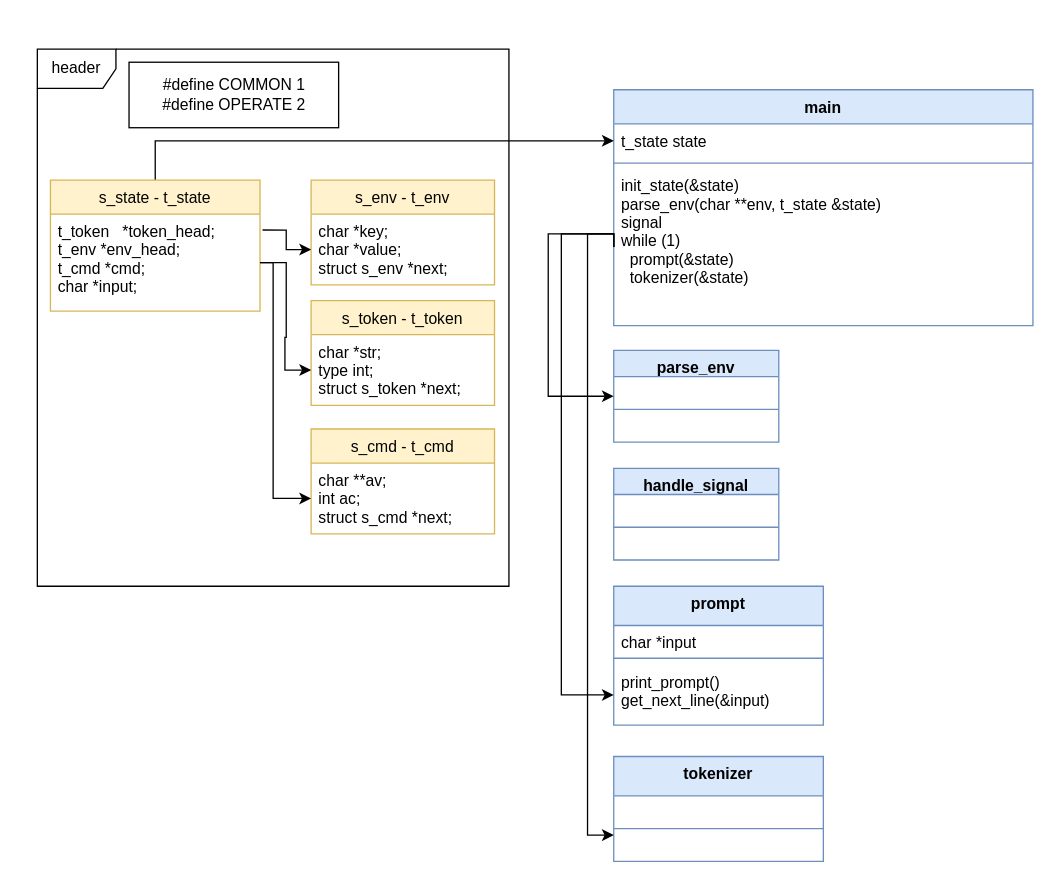
The draw.io diagram UML/minishellUML.drawio in lina0322/42seoul_minishell, before the edit. Source tidied: cells renumbered, new cells numbered last; positions are measured from the earlier drawing's top-left corner, leaving out a move shared by most shapes. Both pictures are drawn from the tidied source at 131%, with x=0, y=0 at pixel (37, 48).
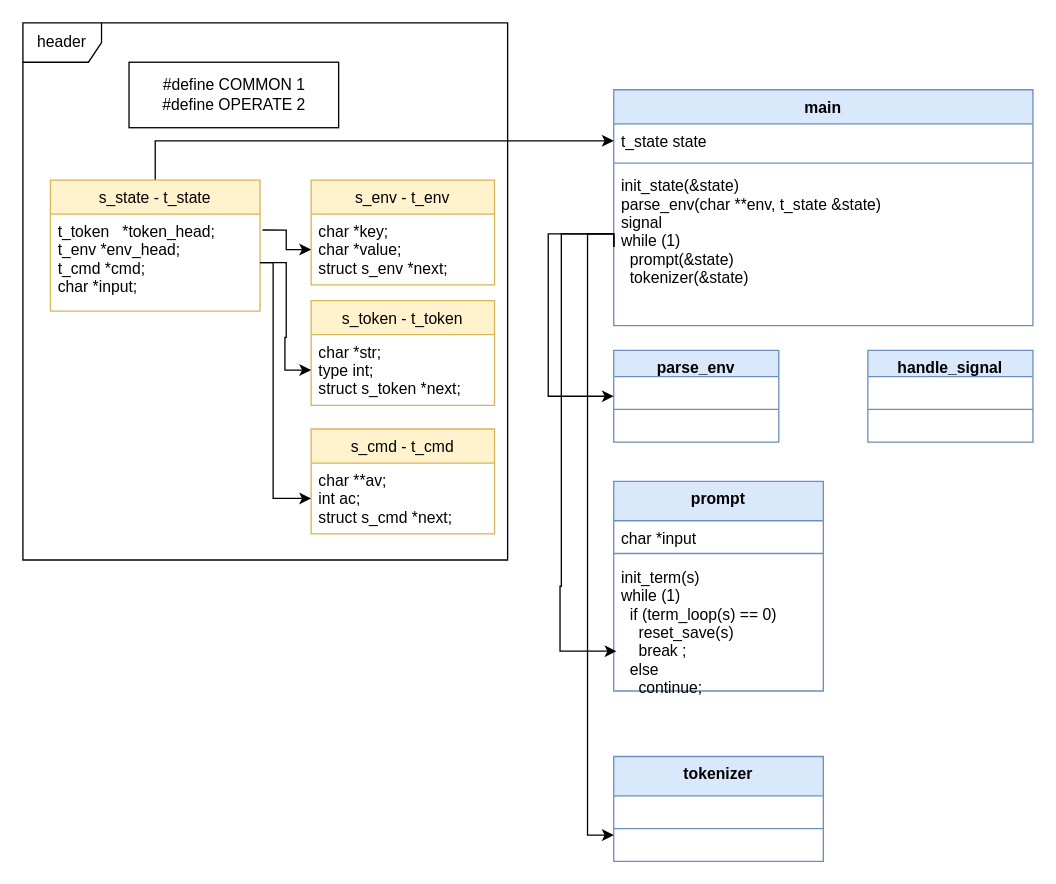
The same page after the edit.

Unchanged cells that the change refers to:
```xml
<mxCell id="6" value="init_state(&amp;state)&#10;parse_env(char **env, t_state &amp;state)&#10;signal&#10;while (1)&#10;  prompt(&amp;state)&#10;  tokenizer(&amp;state)&#10;" style="text;strokeColor=none;fillColor=none;align=left;verticalAlign=top;spacingLeft=4;spacingRight=4;overflow=hidden;points=[[0,0.5],[1,0.5]];portConstraint=eastwest;" parent="3" vertex="1">
  <mxGeometry y="60" width="320" height="120" as="geometry" />
</mxCell>
```

The edit, as a diff of the source:
```diff
@@
     <mxCell id="2" value="header&lt;br&gt;" style="shape=umlFrame;whiteSpace=wrap;html=1;" parent="1" vertex="1">
-      <mxGeometry width="360" height="410" as="geometry" />
+      <mxGeometry x="-11" y="-20" width="370" height="410" as="geometry" />
     </mxCell>
@@
     <mxCell id="16" value="prompt&#10;" style="swimlane;fontStyle=1;align=center;verticalAlign=top;horizontal=1;startSize=30;fillColor=#dae8fc;strokeColor=#6c8ebf;" parent="1" vertex="1">
-      <mxGeometry x="440" y="410" width="160" height="106" as="geometry" />
+      <mxGeometry x="440" y="330" width="160" height="160" as="geometry" />
     </mxCell>
@@
-    <mxCell id="19" value="print_prompt()&#10;get_next_line(&amp;input)&#10;" style="text;strokeColor=none;fillColor=none;align=left;verticalAlign=top;spacingLeft=4;spacingRight=4;overflow=hidden;points=[[0,0.5],[1,0.5]];portConstraint=eastwest;" parent="16" vertex="1">
-      <mxGeometry y="60" width="160" height="46" as="geometry" />
+    <mxCell id="19" value="init_term(s)&#10;while (1)&#10;  if (term_loop(s) == 0)&#10;    reset_save(s)&#10;    break ;&#10;  else&#10;    continue;" style="text;strokeColor=none;fillColor=none;align=left;verticalAlign=top;spacingLeft=4;spacingRight=4;overflow=hidden;points=[[0,0.5],[1,0.5]];portConstraint=eastwest;" parent="16" vertex="1">
+      <mxGeometry y="60" width="160" height="100" as="geometry" />
     </mxCell>
-    <mxCell id="20" style="edgeStyle=orthogonalEdgeStyle;rounded=0;jettySize=auto;html=1;exitX=0;exitY=0.5;exitDx=0;exitDy=0;entryX=0;entryY=0.5;entryDx=0;entryDy=0;" parent="1" edge="1" source="6" target="19">
+    <mxCell id="20" style="edgeStyle=orthogonalEdgeStyle;rounded=0;jettySize=auto;html=1;exitX=0;exitY=0.5;exitDx=0;exitDy=0;entryX=0.013;entryY=0.696;entryDx=0;entryDy=0;entryPerimeter=0;" parent="1" edge="1" source="6" target="19">
       <mxGeometry relative="1" as="geometry">
         <Array as="points">
           <mxPoint x="440" y="141" />
           <mxPoint x="400" y="141" />
-          <mxPoint x="400" y="493" />
+          <mxPoint x="400" y="410" />
+          <mxPoint x="399" y="410" />
+          <mxPoint x="399" y="460" />
         </Array>
       </mxGeometry>
     </mxCell>
@@
     <mxCell id="28" value="handle_signal" style="swimlane;fontStyle=1;align=center;verticalAlign=top;horizontal=1;startSize=20;fillColor=#dae8fc;strokeColor=#6c8ebf;" parent="1" vertex="1">
-      <mxGeometry x="440" y="320" width="126" height="70" as="geometry" />
+      <mxGeometry x="634" y="230" width="126" height="70" as="geometry" />
     </mxCell>
```
